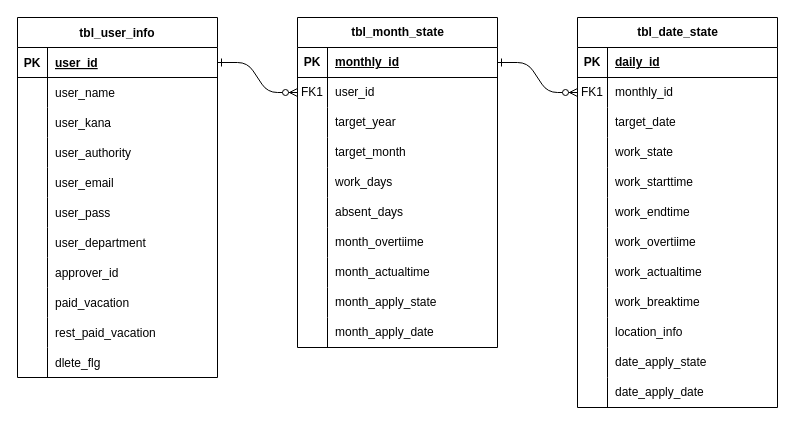
Before: docs/database/er.drawio in youkobaske/agentSupport-attendanceSystem, a draw.io diagram. Source tidied: cells renumbered, new cells numbered last; positions are measured from the earlier drawing's top-left corner, leaving out a move shared by most shapes. Both pictures are drawn from the tidied source at 100%, with x=0, y=0 at pixel (17, 17).
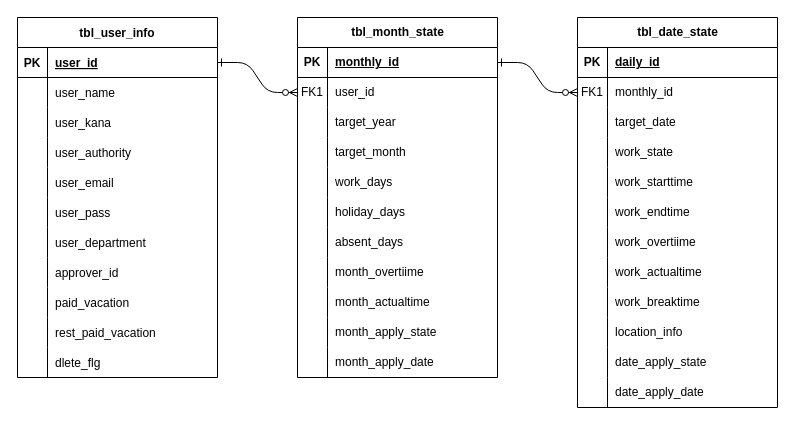
The same diagram, later.

Change to the diagram source:
```diff
@@
     <mxCell id="76" value="tbl_month_state" style="shape=table;startSize=30;childLayout=tableLayout;rowLines=0;fontStyle=1;align=center;html=1;" parent="1" vertex="1">
-      <mxGeometry x="280" width="200" height="330" as="geometry" />
+      <mxGeometry x="280" width="200" height="360" as="geometry" />
     </mxCell>
@@
+    <mxCell id="108" style="shape=tableRow;horizontal=0;startSize=0;swimlaneHead=0;swimlaneBody=0;fillColor=none;top=0;left=0;right=0;bottom=0;" parent="76" vertex="1">
+      <mxGeometry y="180" width="200" height="30" as="geometry" />
+    </mxCell>
+    <mxCell id="109" style="shape=partialRectangle;fillColor=none;top=0;left=0;bottom=0;right=0;overflow=hidden;whiteSpace=wrap;html=1;" parent="108" vertex="1">
+      <mxGeometry width="30" height="30" as="geometry" />
+    </mxCell>
+    <mxCell id="110" value="holiday_days" style="shape=partialRectangle;fillColor=none;top=0;left=0;bottom=0;right=0;align=left;spacingLeft=6;overflow=hidden;whiteSpace=wrap;html=1;" parent="108" vertex="1">
+      <mxGeometry x="30" width="170" height="30" as="geometry" />
+    </mxCell>
     <mxCell id="92" style="shape=tableRow;horizontal=0;startSize=0;swimlaneHead=0;swimlaneBody=0;fillColor=none;top=0;left=0;right=0;bottom=0;" parent="76" vertex="1">
-      <mxGeometry y="180" width="200" height="30" as="geometry" />
+      <mxGeometry y="210" width="200" height="30" as="geometry" />
     </mxCell>
@@
     <mxCell id="95" style="shape=tableRow;horizontal=0;startSize=0;swimlaneHead=0;swimlaneBody=0;fillColor=none;top=0;left=0;right=0;bottom=0;" parent="76" vertex="1">
-      <mxGeometry y="210" width="200" height="30" as="geometry" />
+      <mxGeometry y="240" width="200" height="30" as="geometry" />
     </mxCell>
@@
     <mxCell id="98" style="shape=tableRow;horizontal=0;startSize=0;swimlaneHead=0;swimlaneBody=0;fillColor=none;top=0;left=0;right=0;bottom=0;" parent="76" vertex="1">
-      <mxGeometry y="240" width="200" height="30" as="geometry" />
+      <mxGeometry y="270" width="200" height="30" as="geometry" />
     </mxCell>
@@
     <mxCell id="101" style="shape=tableRow;horizontal=0;startSize=0;swimlaneHead=0;swimlaneBody=0;fillColor=none;top=0;left=0;right=0;bottom=0;" parent="76" vertex="1">
-      <mxGeometry y="270" width="200" height="30" as="geometry" />
+      <mxGeometry y="300" width="200" height="30" as="geometry" />
     </mxCell>
@@
     <mxCell id="104" style="shape=tableRow;horizontal=0;startSize=0;swimlaneHead=0;swimlaneBody=0;fillColor=none;top=0;left=0;right=0;bottom=0;" parent="76" vertex="1">
-      <mxGeometry y="300" width="200" height="30" as="geometry" />
+      <mxGeometry y="330" width="200" height="30" as="geometry" />
     </mxCell>
```
